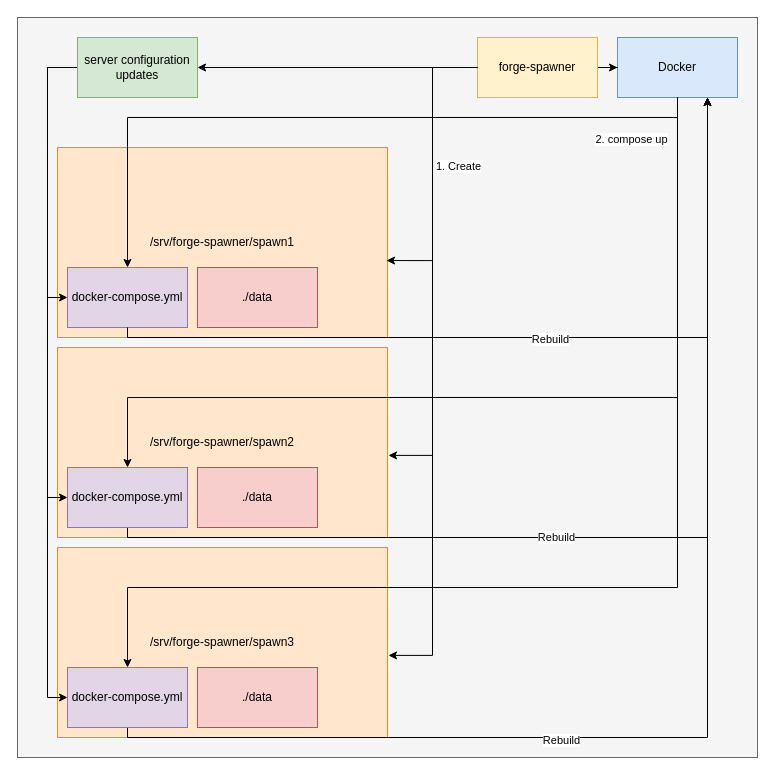
Before: forge-spawn.drawio in ftechhelp/minecraft-server-spawner, a draw.io diagram. Source tidied: cells renumbered, new cells numbered last; positions are measured from the earlier drawing's top-left corner, leaving out a move shared by most shapes. Both pictures are drawn from the tidied source at 100%, with x=0, y=0 at pixel (17, 17).
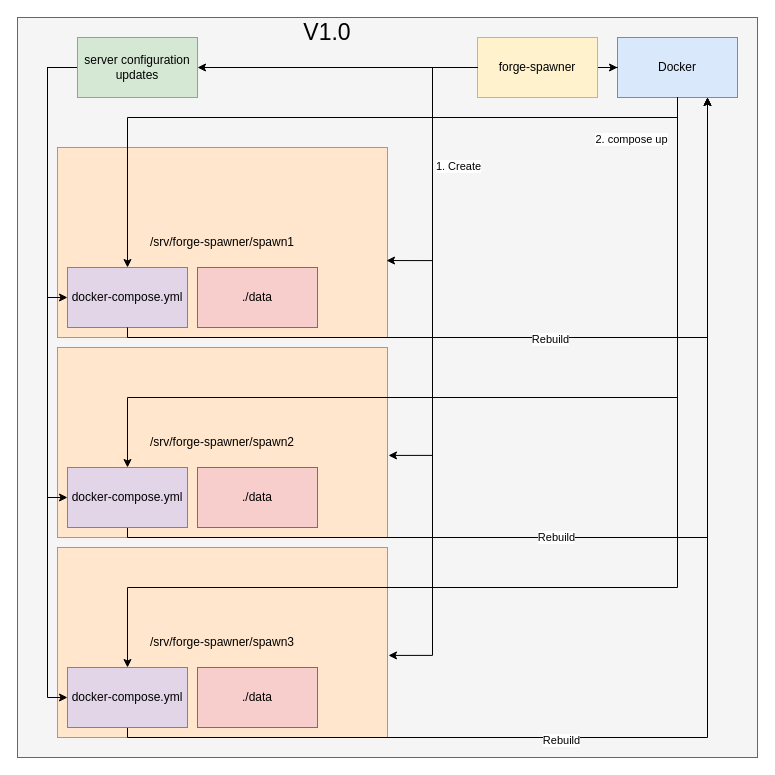
The same page after the edit.

What changed in the source:
```diff
@@
+    <mxCell id="34" value="V1.0" style="text;html=1;align=center;verticalAlign=middle;whiteSpace=wrap;rounded=0;fontSize=23;" parent="1" vertex="1">
+      <mxGeometry x="280" width="60" height="30" as="geometry" />
+    </mxCell>
```
